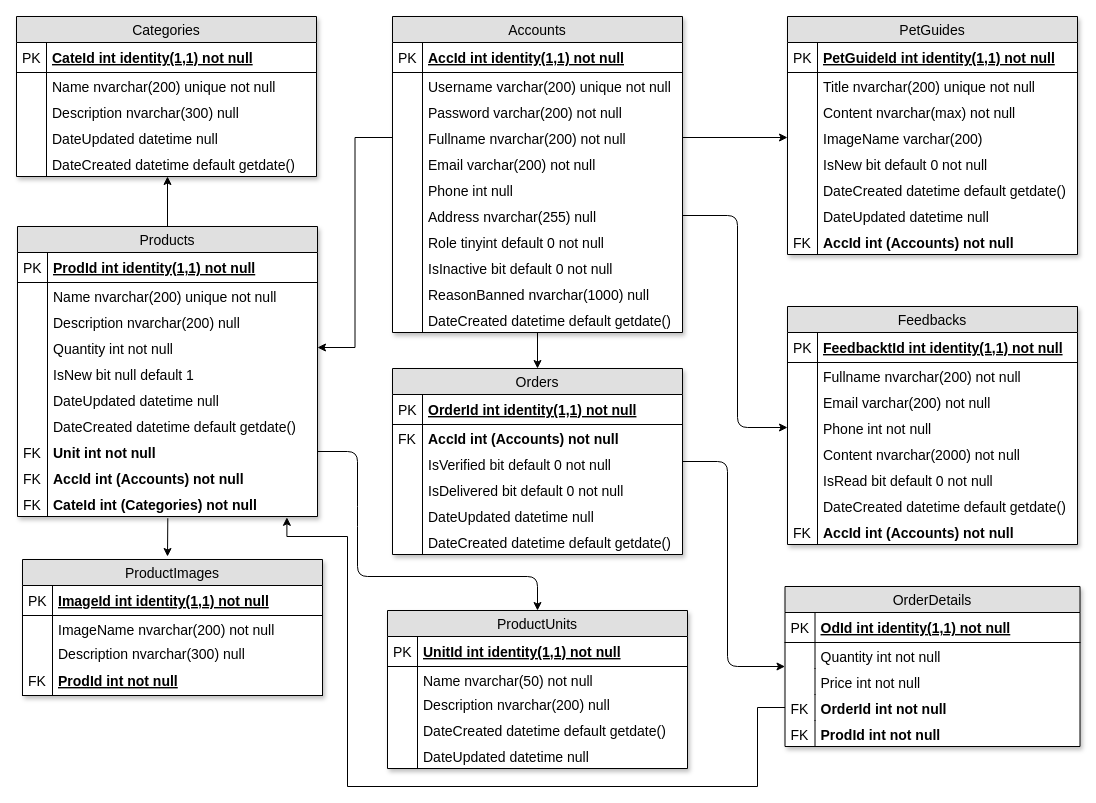
Earlier version of the draw.io diagram page "Database" (2 of 7) of Documents/Diagrams/Overrall-Design.drawio (duyphuong403/PetCare). Source tidied: cells renumbered, new cells numbered last; positions are measured from the earlier drawing's top-left corner, leaving out a move shared by most shapes. Both pictures are drawn from the tidied source at 100%, with x=0, y=0 at pixel (16, 16).
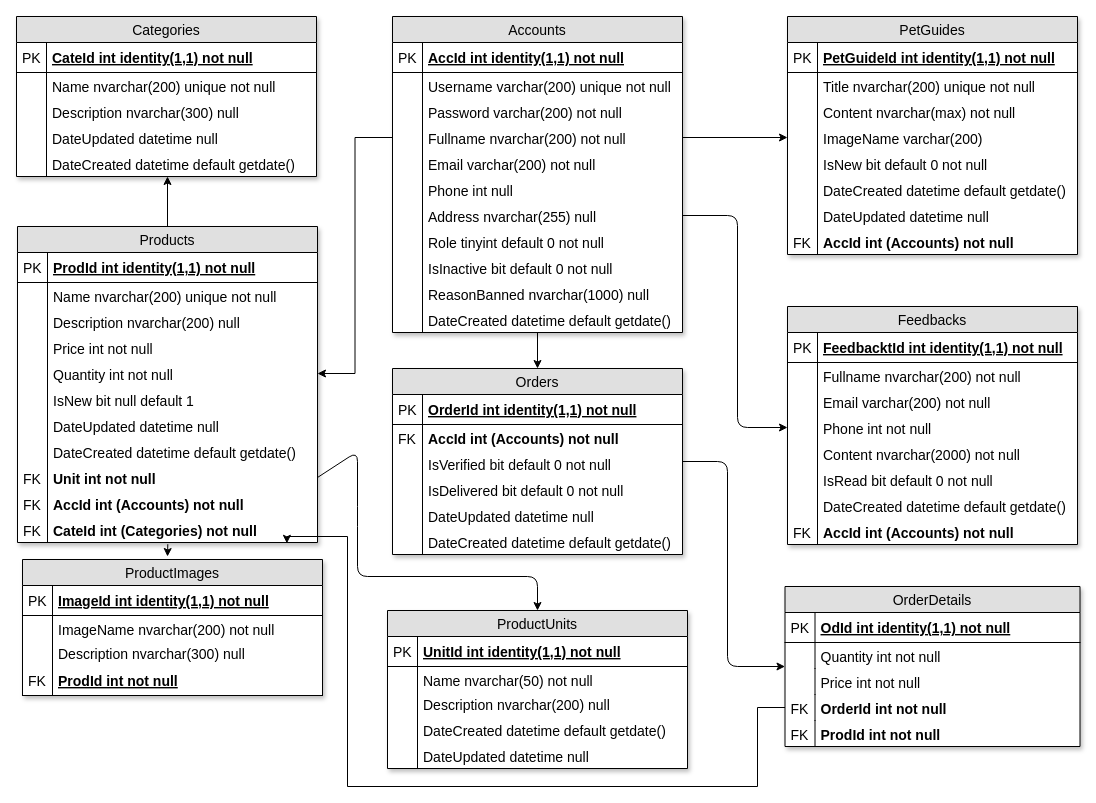
Above is the later version.

What changed in the source:
```diff
@@
     <mxCell id="3" value="Products" style="swimlane;fontStyle=0;horizontal=1;startSize=26;fillColor=#e0e0e0;swimlaneFillColor=#ffffff;align=center;fontSize=14;glass=0;rounded=0;swimlaneLine=1;shadow=1;comic=0;" parent="1" vertex="1">
-      <mxGeometry x="1" y="210" width="300" height="290" as="geometry" />
+      <mxGeometry x="1" y="210" width="300" height="316" as="geometry" />
     </mxCell>
@@
+    <mxCell id="144" value="Price int not null" style="shape=partialRectangle;top=0;left=0;right=0;bottom=0;align=left;verticalAlign=top;fillColor=none;spacingLeft=34;spacingRight=4;overflow=hidden;fontSize=14;" parent="3" vertex="1">
+      <mxGeometry y="108" width="300" height="26" as="geometry" />
+    </mxCell>
+    <mxCell id="145" style="shape=partialRectangle;top=0;left=0;bottom=0;fillColor=none;align=left;verticalAlign=top;spacingLeft=4;spacingRight=4;overflow=hidden;fontSize=14;" parent="144" vertex="1">
+      <mxGeometry width="30" height="26" as="geometry" />
+    </mxCell>
     <mxCell id="10" value="Quantity int not null" style="shape=partialRectangle;top=0;left=0;right=0;bottom=0;align=left;verticalAlign=top;fillColor=none;spacingLeft=34;spacingRight=4;overflow=hidden;points=[[0,0.5],[1,0.5]];portConstraint=eastwest;fontSize=14;" parent="3" vertex="1">
-      <mxGeometry y="108" width="300" height="26" as="geometry" />
+      <mxGeometry y="134" width="300" height="26" as="geometry" />
     </mxCell>
@@
     <mxCell id="12" value="IsNew bit null default 1" style="shape=partialRectangle;top=0;left=0;right=0;bottom=0;align=left;verticalAlign=top;fillColor=none;spacingLeft=34;spacingRight=4;overflow=hidden;fontSize=14;" parent="3" vertex="1">
-      <mxGeometry y="134" width="300" height="26" as="geometry" />
+      <mxGeometry y="160" width="300" height="26" as="geometry" />
     </mxCell>
@@
     <mxCell id="14" value="DateUpdated datetime null" style="shape=partialRectangle;top=0;left=0;right=0;bottom=0;align=left;verticalAlign=top;fillColor=none;spacingLeft=34;spacingRight=4;overflow=hidden;fontSize=14;" parent="3" vertex="1">
-      <mxGeometry y="160" width="300" height="26" as="geometry" />
+      <mxGeometry y="186" width="300" height="26" as="geometry" />
     </mxCell>
@@
     <mxCell id="16" value="DateCreated datetime default getdate()" style="shape=partialRectangle;top=0;left=0;right=0;bottom=0;align=left;verticalAlign=top;fillColor=none;spacingLeft=34;spacingRight=4;overflow=hidden;fontSize=14;" parent="3" vertex="1">
-      <mxGeometry y="186" width="300" height="26" as="geometry" />
+      <mxGeometry y="212" width="300" height="26" as="geometry" />
     </mxCell>
@@
     <mxCell id="18" value="Unit int not null" style="shape=partialRectangle;top=0;left=0;right=0;bottom=0;align=left;verticalAlign=top;fillColor=none;spacingLeft=34;spacingRight=4;overflow=hidden;points=[[0,0.5],[1,0.5]];portConstraint=eastwest;fontSize=14;fontStyle=1;" parent="3" vertex="1">
-      <mxGeometry y="212" width="300" height="26" as="geometry" />
+      <mxGeometry y="238" width="300" height="26" as="geometry" />
     </mxCell>
@@
     <mxCell id="20" value="AccId int (Accounts) not null&#10;" style="shape=partialRectangle;top=0;left=0;right=0;bottom=0;align=left;verticalAlign=top;fillColor=none;spacingLeft=34;spacingRight=4;overflow=hidden;fontSize=14;fontStyle=1;" parent="3" vertex="1">
-      <mxGeometry y="238" width="300" height="26" as="geometry" />
+      <mxGeometry y="264" width="300" height="26" as="geometry" />
     </mxCell>
@@
     <mxCell id="22" value="CateId int (Categories) not null" style="shape=partialRectangle;top=0;left=0;right=0;bottom=0;align=left;verticalAlign=top;fillColor=none;spacingLeft=34;spacingRight=4;overflow=hidden;points=[[0,0.5],[1,0.5]];portConstraint=eastwest;fontSize=14;fontStyle=1;" parent="3" vertex="1">
-      <mxGeometry y="264" width="300" height="26" as="geometry" />
+      <mxGeometry y="290" width="300" height="26" as="geometry" />
     </mxCell>
```
